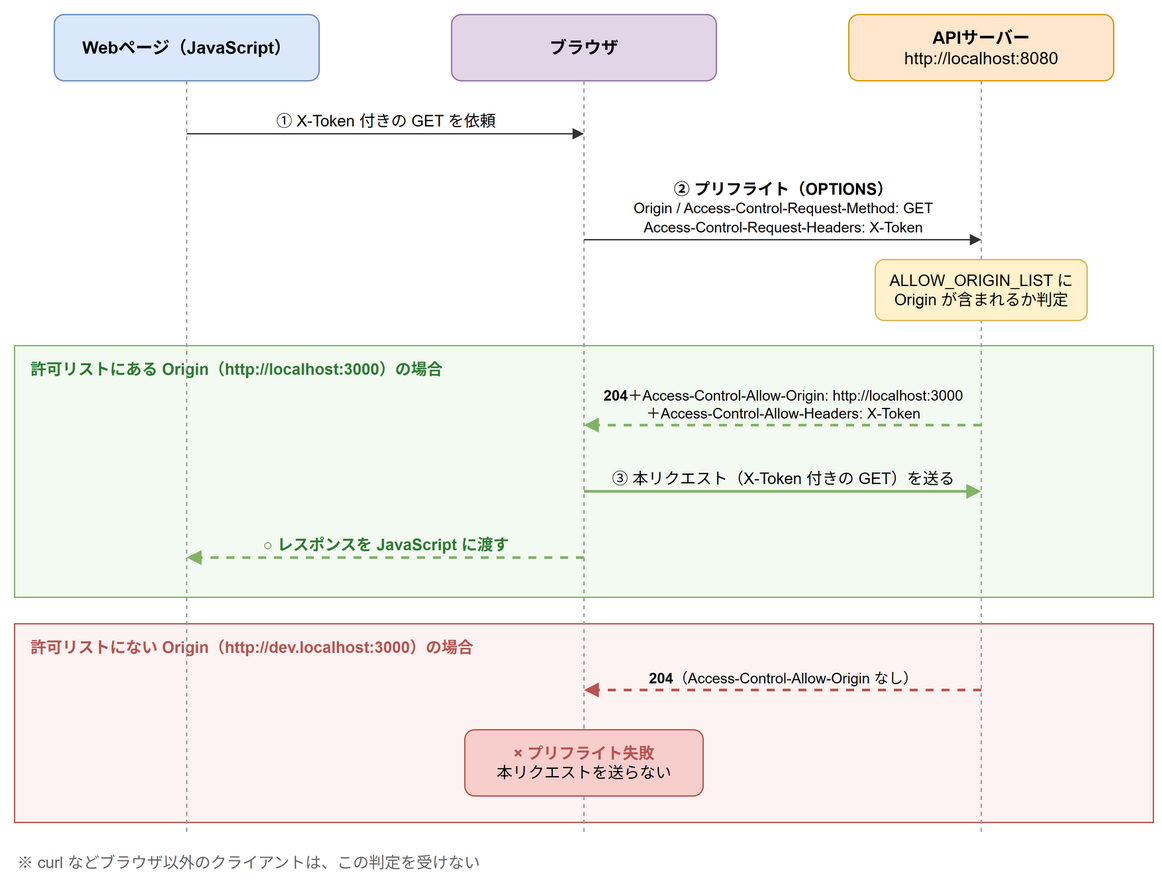
Above: images/articles/security-access-control-allow-headers/cors-preflight-flow.drawio.png in aew2sbee/zenn (draw.io), before the change. Source tidied: cells renumbered, new cells last; positions are measured from the earlier drawing's top-left corner, leaving out a move shared by most shapes. The source it was exported from:
```xml
<mxGraphModel>
  <root>
    <mxCell id="0" />
    <mxCell id="1" parent="0" />
    <mxCell id="2" value="許可リストにある Origin（http://localhost:3000）の場合" style="rounded=0;whiteSpace=wrap;html=1;fillColor=#f3faf1;strokeColor=#82b366;verticalAlign=top;align=left;spacingLeft=10;spacingTop=4;fontStyle=1;fontSize=12;fontColor=#2e7d32;" parent="1" vertex="1">
      <mxGeometry y="250" width="860" height="190" as="geometry" />
    </mxCell>
    <mxCell id="3" value="許可リストにない Origin（http://dev.localhost:3000）の場合" style="rounded=0;whiteSpace=wrap;html=1;fillColor=#fdf3f2;strokeColor=#b85450;verticalAlign=top;align=left;spacingLeft=10;spacingTop=4;fontStyle=1;fontSize=12;fontColor=#b85450;" parent="1" vertex="1">
      <mxGeometry y="460" width="860" height="150" as="geometry" />
    </mxCell>
    <mxCell id="4" value="&lt;b&gt;Webページ（JavaScript）&lt;/b&gt;" style="rounded=1;whiteSpace=wrap;html=1;fillColor=#dae8fc;strokeColor=#6c8ebf;fontSize=13;" parent="1" vertex="1">
      <mxGeometry x="30" width="200" height="50" as="geometry" />
    </mxCell>
    <mxCell id="5" value="&lt;b&gt;ブラウザ&lt;/b&gt;" style="rounded=1;whiteSpace=wrap;html=1;fillColor=#e1d5e7;strokeColor=#9673a6;fontSize=13;" parent="1" vertex="1">
      <mxGeometry x="330" width="200" height="50" as="geometry" />
    </mxCell>
    <mxCell id="6" value="&lt;b&gt;APIサーバー&lt;/b&gt;&lt;br&gt;http://localhost:8080" style="rounded=1;whiteSpace=wrap;html=1;fillColor=#ffe6cc;strokeColor=#d79b00;fontSize=13;" parent="1" vertex="1">
      <mxGeometry x="630" width="200" height="50" as="geometry" />
    </mxCell>
    <mxCell id="7" style="endArrow=none;html=1;dashed=1;strokeColor=#999999;" parent="1" edge="1">
      <mxGeometry relative="1" as="geometry">
        <mxPoint x="130" y="50" as="sourcePoint" />
        <mxPoint x="130" y="620" as="targetPoint" />
      </mxGeometry>
    </mxCell>
    <mxCell id="8" style="endArrow=none;html=1;dashed=1;strokeColor=#999999;" parent="1" edge="1">
      <mxGeometry relative="1" as="geometry">
        <mxPoint x="430" y="50" as="sourcePoint" />
        <mxPoint x="430" y="620" as="targetPoint" />
      </mxGeometry>
    </mxCell>
    <mxCell id="9" style="endArrow=none;html=1;dashed=1;strokeColor=#999999;" parent="1" edge="1">
      <mxGeometry relative="1" as="geometry">
        <mxPoint x="730" y="50" as="sourcePoint" />
        <mxPoint x="730" y="620" as="targetPoint" />
      </mxGeometry>
    </mxCell>
    <mxCell id="10" value="① X-Token 付きの GET を依頼" style="html=1;endArrow=block;endFill=1;strokeColor=#333333;fontSize=12;verticalAlign=bottom;labelBackgroundColor=none;" parent="1" edge="1">
      <mxGeometry relative="1" as="geometry">
        <mxPoint x="130" y="90" as="sourcePoint" />
        <mxPoint x="430" y="90" as="targetPoint" />
      </mxGeometry>
    </mxCell>
    <mxCell id="11" value="&lt;b&gt;② プリフライト（OPTIONS）&lt;/b&gt;&lt;br&gt;&lt;font style=&quot;font-size:11px&quot;&gt;Origin / Access-Control-Request-Method: GET&lt;br&gt;Access-Control-Request-Headers: X-Token&lt;/font&gt;" style="html=1;endArrow=block;endFill=1;strokeColor=#333333;fontSize=12;verticalAlign=bottom;labelBackgroundColor=none;" parent="1" edge="1">
      <mxGeometry relative="1" as="geometry">
        <mxPoint x="430" y="170" as="sourcePoint" />
        <mxPoint x="730" y="170" as="targetPoint" />
      </mxGeometry>
    </mxCell>
    <mxCell id="12" value="ALLOW_ORIGIN_LIST に&lt;br&gt;Origin が含まれるか判定" style="rounded=1;whiteSpace=wrap;html=1;fillColor=#fff2cc;strokeColor=#d6b656;fontSize=12;" parent="1" vertex="1">
      <mxGeometry x="650" y="185" width="160" height="46" as="geometry" />
    </mxCell>
    <mxCell id="13" value="&lt;b&gt;204&lt;/b&gt;＋Access-Control-Allow-Origin: http://localhost:3000&lt;br&gt;＋Access-Control-Allow-Headers: X-Token" style="html=1;endArrow=block;endFill=1;dashed=1;strokeColor=#82b366;strokeWidth=2;fontSize=11;verticalAlign=bottom;labelBackgroundColor=none;" parent="1" edge="1">
      <mxGeometry relative="1" as="geometry">
        <mxPoint x="730" y="310" as="sourcePoint" />
        <mxPoint x="430" y="310" as="targetPoint" />
      </mxGeometry>
    </mxCell>
    <mxCell id="14" value="③ 本リクエスト（X-Token 付きの GET）を送る" style="html=1;endArrow=block;endFill=1;strokeColor=#82b366;strokeWidth=2;fontSize=12;verticalAlign=bottom;labelBackgroundColor=none;" parent="1" edge="1">
      <mxGeometry relative="1" as="geometry">
        <mxPoint x="430" y="360" as="sourcePoint" />
        <mxPoint x="730" y="360" as="targetPoint" />
      </mxGeometry>
    </mxCell>
    <mxCell id="15" value="&lt;font color=&quot;#2e7d32&quot;&gt;&lt;b&gt;○ レスポンスを JavaScript に渡す&lt;/b&gt;&lt;/font&gt;" style="html=1;endArrow=block;endFill=1;dashed=1;strokeColor=#82b366;strokeWidth=2;fontSize=12;verticalAlign=bottom;labelBackgroundColor=none;" parent="1" edge="1">
      <mxGeometry relative="1" as="geometry">
        <mxPoint x="430" y="410" as="sourcePoint" />
        <mxPoint x="130" y="410" as="targetPoint" />
      </mxGeometry>
    </mxCell>
    <mxCell id="16" value="&lt;b&gt;204&lt;/b&gt;（Access-Control-Allow-Origin なし）" style="html=1;endArrow=block;endFill=1;dashed=1;strokeColor=#b85450;strokeWidth=2;fontSize=11;verticalAlign=bottom;labelBackgroundColor=none;" parent="1" edge="1">
      <mxGeometry relative="1" as="geometry">
        <mxPoint x="730" y="510" as="sourcePoint" />
        <mxPoint x="430" y="510" as="targetPoint" />
      </mxGeometry>
    </mxCell>
    <mxCell id="17" value="&lt;font color=&quot;#b85450&quot;&gt;&lt;b&gt;× プリフライト失敗&lt;/b&gt;&lt;/font&gt;&lt;br&gt;本リクエストを送らない" style="rounded=1;whiteSpace=wrap;html=1;fillColor=#f8cecc;strokeColor=#b85450;fontSize=12;" parent="1" vertex="1">
      <mxGeometry x="340" y="540" width="180" height="50" as="geometry" />
    </mxCell>
    <mxCell id="18" value="※ curl などブラウザ以外のクライアントは、この判定を受けない" style="text;html=1;align=left;verticalAlign=middle;fontSize=12;fontColor=#666666;" parent="1" vertex="1">
      <mxGeometry y="625" width="600" height="30" as="geometry" />
    </mxCell>
  </root>
</mxGraphModel>
```
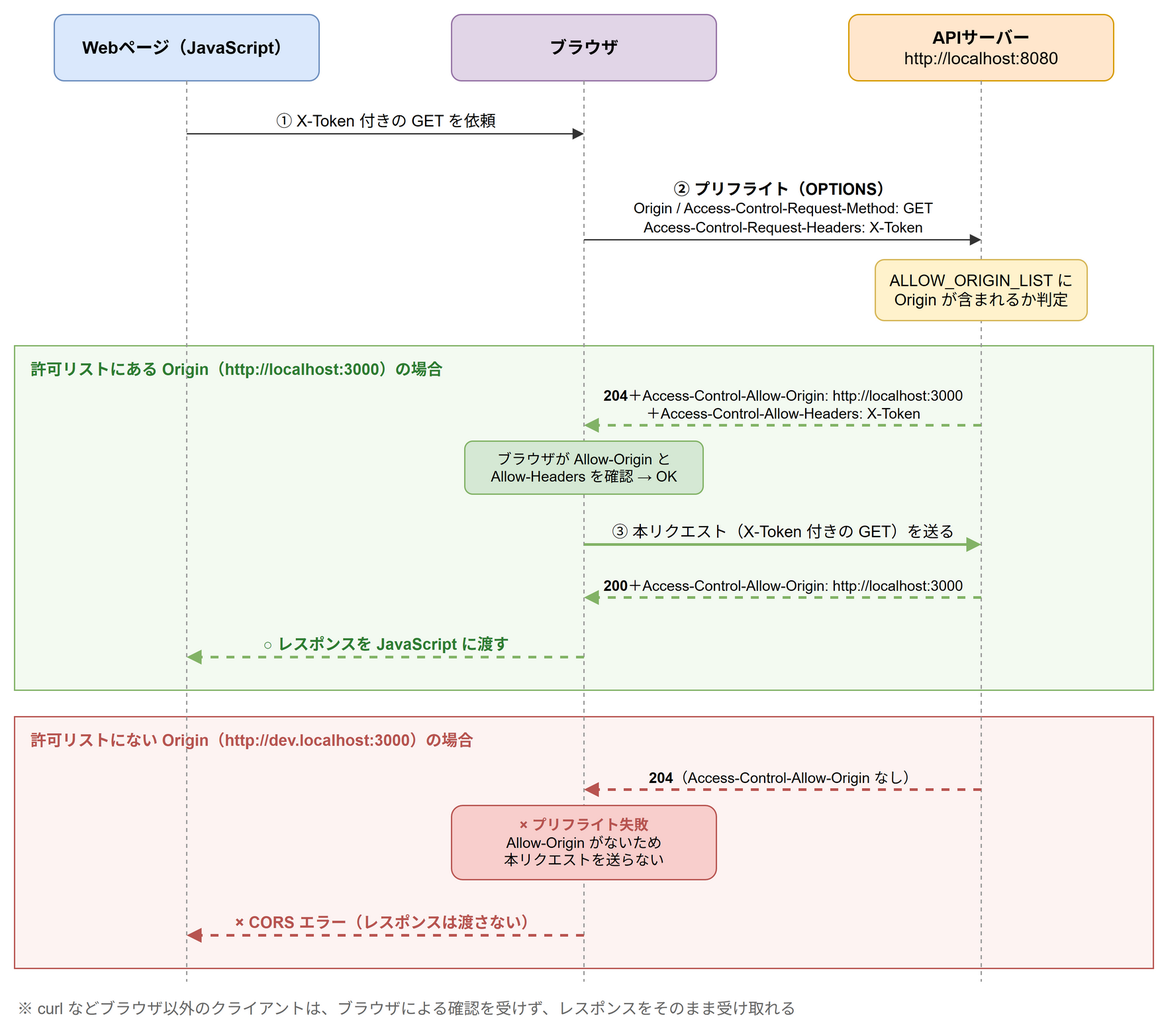
The same file after the commit.

Commit message:
docs: CORSの図をレビュー指摘に合わせて修正

What changed in the source:
```diff
@@ -3,10 +3,10 @@
     <mxCell id="0" />
     <mxCell id="1" parent="0" />
     <mxCell id="2" value="許可リストにある Origin（http://localhost:3000）の場合" style="rounded=0;whiteSpace=wrap;html=1;fillColor=#f3faf1;strokeColor=#82b366;verticalAlign=top;align=left;spacingLeft=10;spacingTop=4;fontStyle=1;fontSize=12;fontColor=#2e7d32;" parent="1" vertex="1">
-      <mxGeometry y="250" width="860" height="190" as="geometry" />
+      <mxGeometry y="250" width="860" height="260" as="geometry" />
     </mxCell>
     <mxCell id="3" value="許可リストにない Origin（http://dev.localhost:3000）の場合" style="rounded=0;whiteSpace=wrap;html=1;fillColor=#fdf3f2;strokeColor=#b85450;verticalAlign=top;align=left;spacingLeft=10;spacingTop=4;fontStyle=1;fontSize=12;fontColor=#b85450;" parent="1" vertex="1">
-      <mxGeometry y="460" width="860" height="150" as="geometry" />
+      <mxGeometry y="530" width="860" height="190" as="geometry" />
     </mxCell>
     <mxCell id="4" value="&lt;b&gt;Webページ（JavaScript）&lt;/b&gt;" style="rounded=1;whiteSpace=wrap;html=1;fillColor=#dae8fc;strokeColor=#6c8ebf;fontSize=13;" parent="1" vertex="1">
       <mxGeometry x="30" width="200" height="50" as="geometry" />
@@ -20,19 +20,19 @@
     <mxCell id="7" style="endArrow=none;html=1;dashed=1;strokeColor=#999999;" parent="1" edge="1">
       <mxGeometry relative="1" as="geometry">
         <mxPoint x="130" y="50" as="sourcePoint" />
-        <mxPoint x="130" y="620" as="targetPoint" />
+        <mxPoint x="130" y="730" as="targetPoint" />
       </mxGeometry>
     </mxCell>
     <mxCell id="8" style="endArrow=none;html=1;dashed=1;strokeColor=#999999;" parent="1" edge="1">
       <mxGeometry relative="1" as="geometry">
         <mxPoint x="430" y="50" as="sourcePoint" />
-        <mxPoint x="430" y="620" as="targetPoint" />
+        <mxPoint x="430" y="730" as="targetPoint" />
       </mxGeometry>
     </mxCell>
     <mxCell id="9" style="endArrow=none;html=1;dashed=1;strokeColor=#999999;" parent="1" edge="1">
       <mxGeometry relative="1" as="geometry">
         <mxPoint x="730" y="50" as="sourcePoint" />
-        <mxPoint x="730" y="620" as="targetPoint" />
+        <mxPoint x="730" y="730" as="targetPoint" />
       </mxGeometry>
     </mxCell>
     <mxCell id="10" value="① X-Token 付きの GET を依頼" style="html=1;endArrow=block;endFill=1;strokeColor=#333333;fontSize=12;verticalAlign=bottom;labelBackgroundColor=none;" parent="1" edge="1">
@@ -56,29 +56,44 @@
         <mxPoint x="430" y="310" as="targetPoint" />
       </mxGeometry>
     </mxCell>
+    <mxCell id="19" value="ブラウザが Allow-Origin と&lt;br&gt;Allow-Headers を確認 → OK" style="rounded=1;whiteSpace=wrap;html=1;fillColor=#d5e8d4;strokeColor=#82b366;fontSize=11;" parent="1" vertex="1">
+      <mxGeometry x="340" y="322" width="180" height="40" as="geometry" />
+    </mxCell>
     <mxCell id="14" value="③ 本リクエスト（X-Token 付きの GET）を送る" style="html=1;endArrow=block;endFill=1;strokeColor=#82b366;strokeWidth=2;fontSize=12;verticalAlign=bottom;labelBackgroundColor=none;" parent="1" edge="1">
       <mxGeometry relative="1" as="geometry">
-        <mxPoint x="430" y="360" as="sourcePoint" />
-        <mxPoint x="730" y="360" as="targetPoint" />
+        <mxPoint x="430" y="400" as="sourcePoint" />
+        <mxPoint x="730" y="400" as="targetPoint" />
       </mxGeometry>
     </mxCell>
+    <mxCell id="20" value="&lt;b&gt;200&lt;/b&gt;＋Access-Control-Allow-Origin: http://localhost:3000" style="html=1;endArrow=block;endFill=1;dashed=1;strokeColor=#82b366;strokeWidth=2;fontSize=11;verticalAlign=bottom;labelBackgroundColor=none;" parent="1" edge="1">
+      <mxGeometry relative="1" as="geometry">
+        <mxPoint x="730" y="440" as="sourcePoint" />
+        <mxPoint x="430" y="440" as="targetPoint" />
+      </mxGeometry>
+    </mxCell>
     <mxCell id="15" value="&lt;font color=&quot;#2e7d32&quot;&gt;&lt;b&gt;○ レスポンスを JavaScript に渡す&lt;/b&gt;&lt;/font&gt;" style="html=1;endArrow=block;endFill=1;dashed=1;strokeColor=#82b366;strokeWidth=2;fontSize=12;verticalAlign=bottom;labelBackgroundColor=none;" parent="1" edge="1">
       <mxGeometry relative="1" as="geometry">
-        <mxPoint x="430" y="410" as="sourcePoint" />
-        <mxPoint x="130" y="410" as="targetPoint" />
+        <mxPoint x="430" y="485" as="sourcePoint" />
+        <mxPoint x="130" y="485" as="targetPoint" />
       </mxGeometry>
     </mxCell>
     <mxCell id="16" value="&lt;b&gt;204&lt;/b&gt;（Access-Control-Allow-Origin なし）" style="html=1;endArrow=block;endFill=1;dashed=1;strokeColor=#b85450;strokeWidth=2;fontSize=11;verticalAlign=bottom;labelBackgroundColor=none;" parent="1" edge="1">
       <mxGeometry relative="1" as="geometry">
-        <mxPoint x="730" y="510" as="sourcePoint" />
-        <mxPoint x="430" y="510" as="targetPoint" />
+        <mxPoint x="730" y="585" as="sourcePoint" />
+        <mxPoint x="430" y="585" as="targetPoint" />
       </mxGeometry>
     </mxCell>
-    <mxCell id="17" value="&lt;font color=&quot;#b85450&quot;&gt;&lt;b&gt;× プリフライト失敗&lt;/b&gt;&lt;/font&gt;&lt;br&gt;本リクエストを送らない" style="rounded=1;whiteSpace=wrap;html=1;fillColor=#f8cecc;strokeColor=#b85450;fontSize=12;" parent="1" vertex="1">
-      <mxGeometry x="340" y="540" width="180" height="50" as="geometry" />
+    <mxCell id="17" value="&lt;font color=&quot;#b85450&quot;&gt;&lt;b&gt;× プリフライト失敗&lt;/b&gt;&lt;/font&gt;&lt;br&gt;Allow-Origin がないため&lt;br&gt;本リクエストを送らない" style="rounded=1;whiteSpace=wrap;html=1;fillColor=#f8cecc;strokeColor=#b85450;fontSize=11;" parent="1" vertex="1">
+      <mxGeometry x="330" y="597" width="200" height="56" as="geometry" />
     </mxCell>
+    <mxCell id="21" value="&lt;font color=&quot;#b85450&quot;&gt;&lt;b&gt;× CORS エラー（レスポンスは渡さない）&lt;/b&gt;&lt;/font&gt;" style="html=1;endArrow=block;endFill=1;dashed=1;strokeColor=#b85450;strokeWidth=2;fontSize=12;verticalAlign=bottom;labelBackgroundColor=none;" parent="1" edge="1">
+      <mxGeometry relative="1" as="geometry">
+        <mxPoint x="430" y="695" as="sourcePoint" />
+        <mxPoint x="130" y="695" as="targetPoint" />
+      </mxGeometry>
+    </mxCell>
-    <mxCell id="18" value="※ curl などブラウザ以外のクライアントは、この判定を受けない" style="text;html=1;align=left;verticalAlign=middle;fontSize=12;fontColor=#666666;" parent="1" vertex="1">
-      <mxGeometry y="625" width="600" height="30" as="geometry" />
+    <mxCell id="18" value="※ curl などブラウザ以外のクライアントは、ブラウザによる確認を受けず、レスポンスをそのまま受け取れる" style="text;html=1;align=left;verticalAlign=middle;fontSize=12;fontColor=#666666;" parent="1" vertex="1">
+      <mxGeometry y="735" width="760" height="30" as="geometry" />
     </mxCell>
   </root>
 </mxGraphModel>
```
